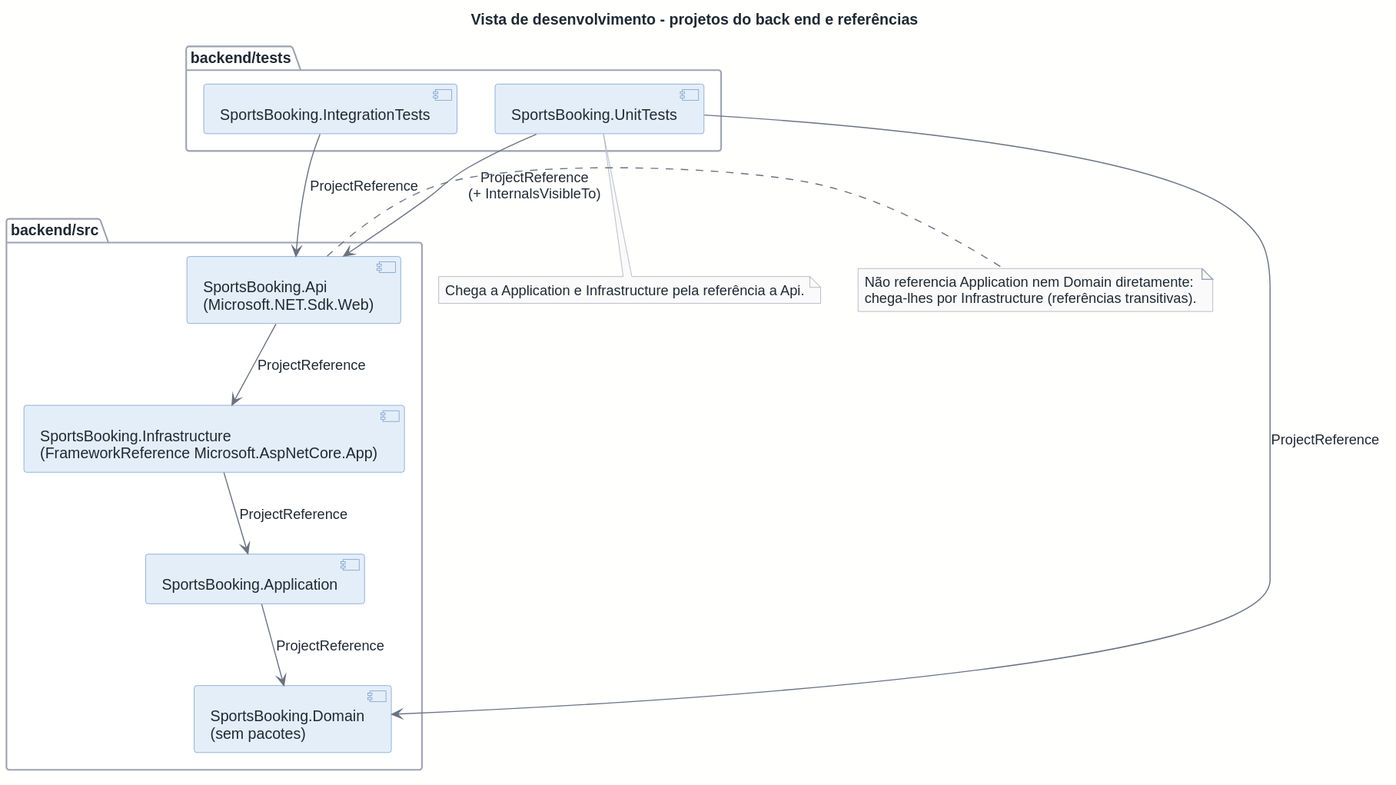
Before: docs/architecture/out/development-backend.svg, a diagram exported from PlantUML (rodrigo4sousa/SportsEstablishments).
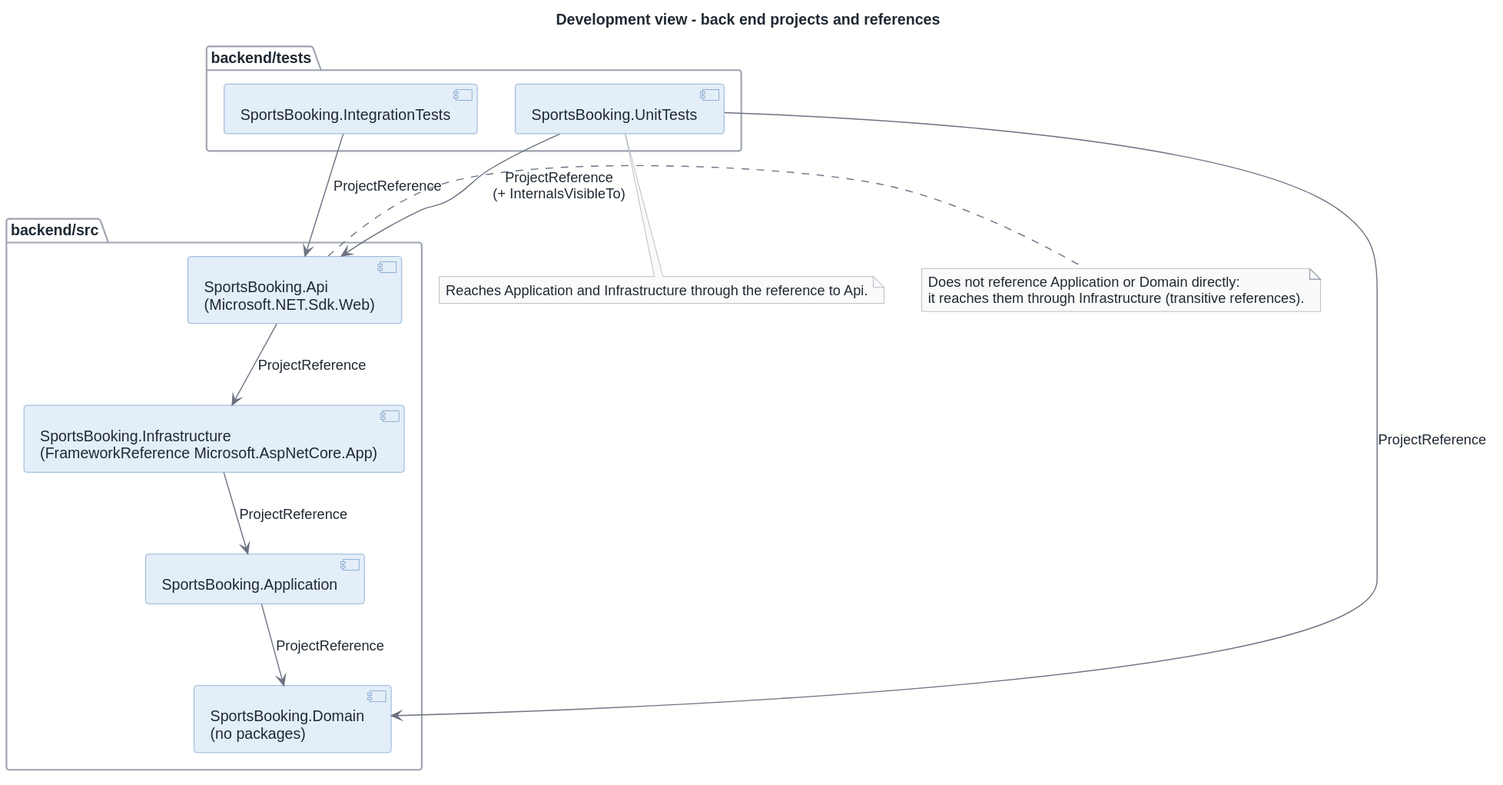
The same diagram one commit later.

Change to the diagram source:
```diff
@@ -1,12 +1,12 @@
 @startuml
 !include ../style.puml
-title Vista de desenvolvimento - projetos do back end e referências
+title Development view - back end projects and references
 
 package "backend/src" {
   component "SportsBooking.Api\n(Microsoft.NET.Sdk.Web)" as L_API
   component "SportsBooking.Infrastructure\n(FrameworkReference Microsoft.AspNetCore.App)" as L_INF
   component "SportsBooking.Application" as L_APP
-  component "SportsBooking.Domain\n(sem pacotes)" as L_DOM
+  component "SportsBooking.Domain\n(no packages)" as L_DOM
 }
 
 package "backend/tests" {
@@ -23,11 +23,11 @@
 DEV_TEST_INT --> L_API : ProjectReference
 
 note right of L_API
-  Não referencia Application nem Domain diretamente:
-  chega-lhes por Infrastructure (referências transitivas).
+  Does not reference Application or Domain directly:
+  it reaches them through Infrastructure (transitive references).
 end note
 
 note bottom of DEV_TEST_UNIT
-  Chega a Application e Infrastructure pela referência a Api.
+  Reaches Application and Infrastructure through the reference to Api.
 end note
 @enduml
```
